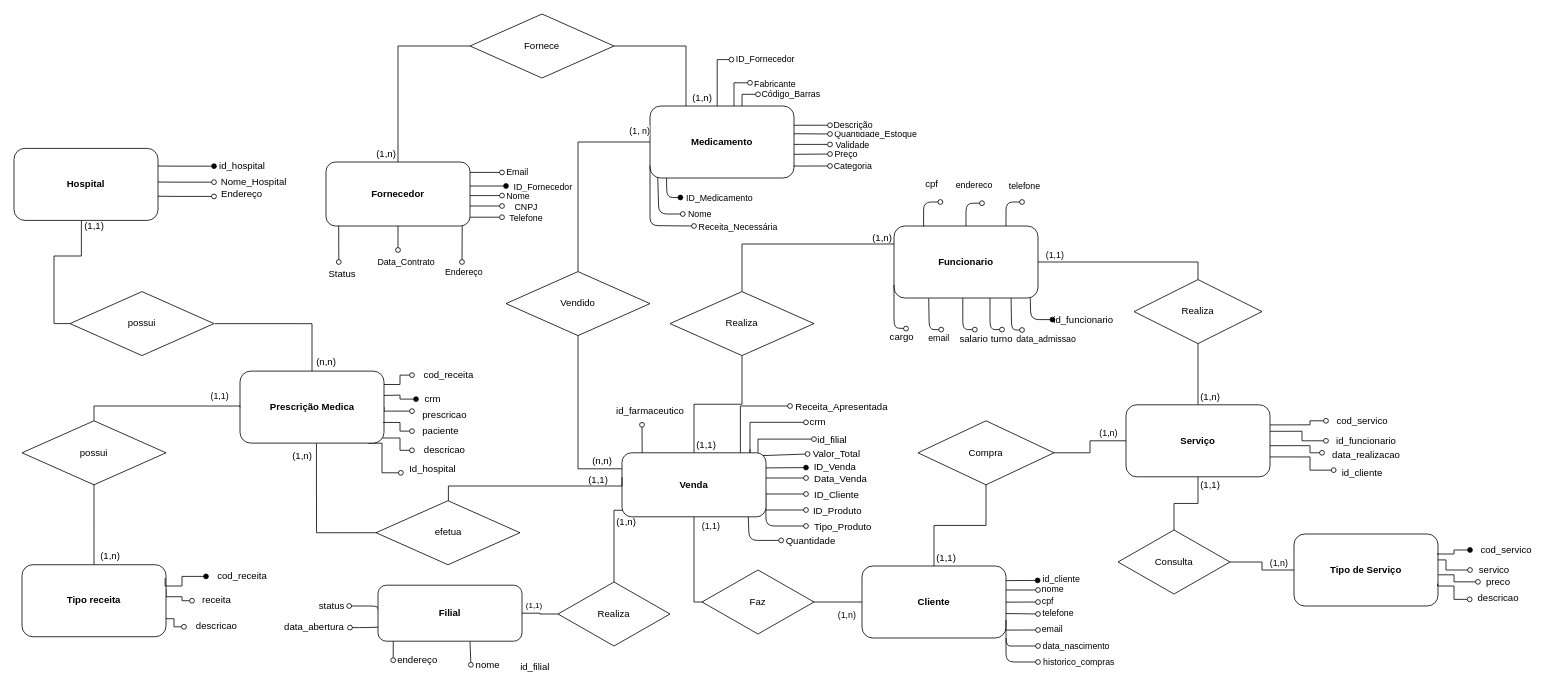
This is diagrams/MER.drawio from and3510/Bank_Pharmacie_Work, a draw.io file, before an edit. Source tidied: cells renumbered, new cells numbered last; positions are measured from the earlier drawing's top-left corner, leaving out a move shared by most shapes. Both pictures are drawn from the tidied source at 80%, with x=0, y=0 at pixel (14, 14).
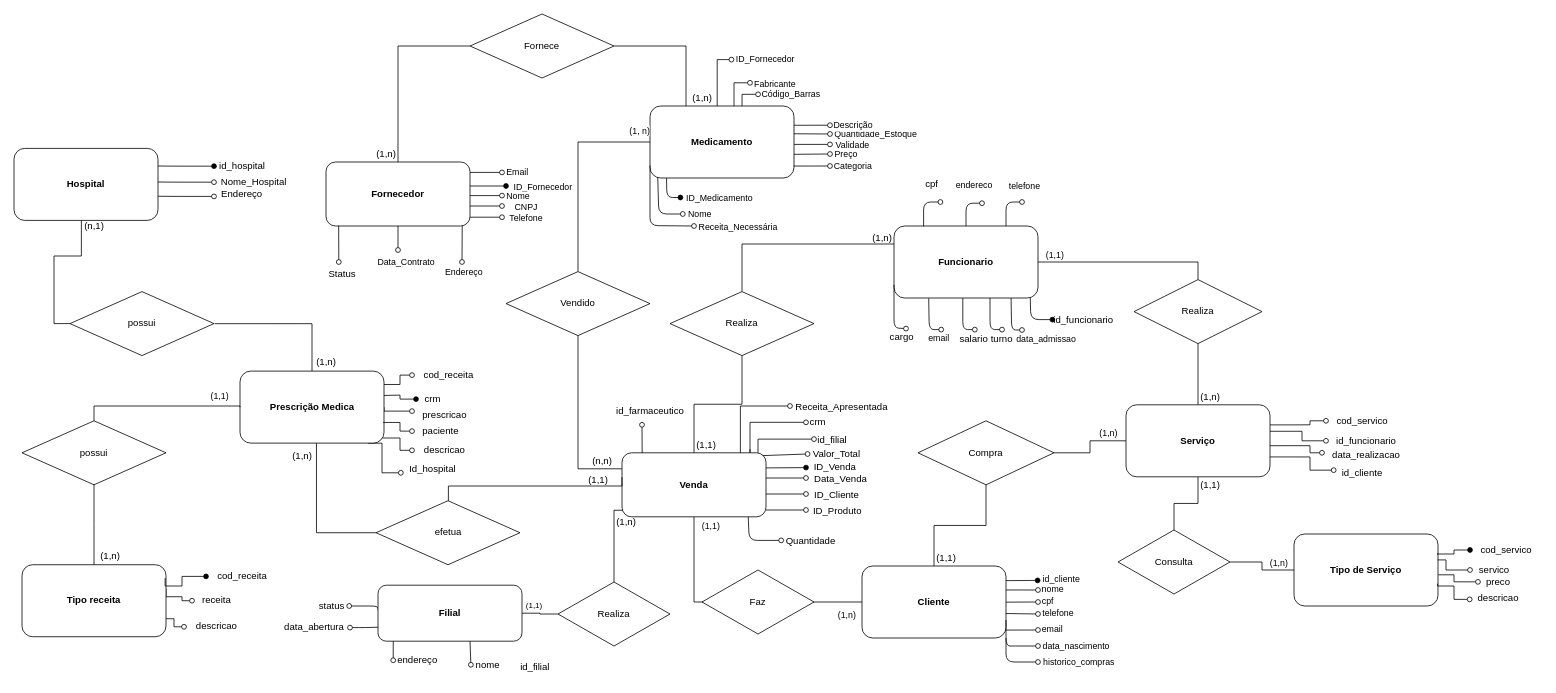
After the change.

Commit message (it also covers changes not shown here):
correct some mistakes

Unchanged cells that the change refers to:
```xml
<mxCell id="68" value="&lt;b&gt;Venda&lt;/b&gt;" style="rounded=1;whiteSpace=wrap;html=1;" parent="1" vertex="1">
  <mxGeometry x="760" y="548.5" width="180" height="80" as="geometry" />
</mxCell>
```

Diff of the diagram source:
```diff
@@
-    <mxCell id="31" value="(1,1)" style="text;html=1;align=center;verticalAlign=middle;strokeColor=none;fillColor=none;" parent="1" vertex="1">
+    <mxCell id="31" value="(n,1)" style="text;html=1;align=center;verticalAlign=middle;strokeColor=none;fillColor=none;" parent="1" vertex="1">
       <mxGeometry x="75" y="250" width="50" height="30" as="geometry" />
     </mxCell>
@@
-    <mxCell id="41" style="edgeStyle=none;exitX=0.998;exitY=0.631;exitDx=0;exitDy=0;endArrow=oval;endFill=0;exitPerimeter=0;" parent="1" edge="1" source="68">
-      <mxGeometry relative="1" as="geometry">
-        <mxPoint x="990" y="640" as="targetPoint" />
-        <Array as="points">
-          <mxPoint x="940" y="640" />
-        </Array>
-      </mxGeometry>
-    </mxCell>
-    <mxCell id="42" value="Tipo_Produto" style="edgeLabel;align=center;verticalAlign=middle;fontSize=12;" parent="41" vertex="1">
-      <mxGeometry x="-0.29" relative="1" as="geometry">
-        <mxPoint x="96" y="9" as="offset" />
-      </mxGeometry>
-    </mxCell>
@@
-    <mxCell id="166" value="(n,n)" style="text;html=1;align=center;verticalAlign=middle;strokeColor=none;fillColor=none;" parent="1" vertex="1">
+    <mxCell id="166" value="(1,n)" style="text;html=1;align=center;verticalAlign=middle;strokeColor=none;fillColor=none;" parent="1" vertex="1">
       <mxGeometry x="365" y="420" width="50" height="30" as="geometry" />
     </mxCell>
```
